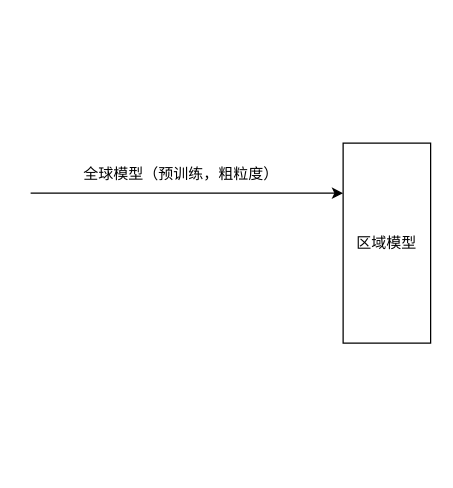
Earlier version of the draw.io diagram 气象预测模型架构图.drawio (HALF111/Research_figures). Source tidied: cells renumbered, new cells numbered last; positions are measured from the earlier drawing's top-left corner, leaving out a move shared by most shapes. Both pictures are drawn from the tidied source at 125%, with x=0, y=0 at pixel (30, 142).
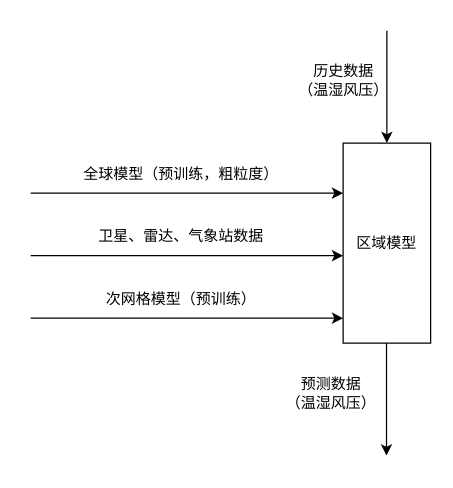
The same diagram, later.

Commit message (it also covers changes not shown here):
更新气象预测模型架构图.drawio

The edit, as a diff of the source:
```diff
@@
 <mxGraphModel>
   <root>
     <mxCell id="0" />
     <mxCell id="1" parent="0" />
     <mxCell id="2" value="区域模型" style="rounded=0;whiteSpace=wrap;html=1;" parent="1" vertex="1">
       <mxGeometry x="250" width="70" height="160" as="geometry" />
     </mxCell>
     <mxCell id="3" style="endArrow=classic;html=1;rounded=0;entryX=0;entryY=0.25;entryDx=0;entryDy=0;" parent="1" edge="1" target="2">
       <mxGeometry relative="1" as="geometry">
         <mxPoint y="40" as="sourcePoint" />
       </mxGeometry>
     </mxCell>
     <mxCell id="4" value="全球模型（预训练，粗粒度）" style="text;html=1;align=center;verticalAlign=middle;strokeColor=none;fillColor=none;" parent="1" vertex="1">
       <mxGeometry x="30" y="10" width="180" height="30" as="geometry" />
     </mxCell>
+    <mxCell id="5" style="endArrow=classic;html=1;rounded=0;entryX=0;entryY=0.25;entryDx=0;entryDy=0;" parent="1" edge="1">
+      <mxGeometry relative="1" as="geometry">
+        <mxPoint y="90" as="sourcePoint" />
+        <mxPoint x="250" y="90" as="targetPoint" />
+      </mxGeometry>
+    </mxCell>
+    <mxCell id="6" value="卫星、雷达、气象站数据" style="text;html=1;align=center;verticalAlign=middle;strokeColor=none;fillColor=none;" parent="1" vertex="1">
+      <mxGeometry x="40" y="60" width="160" height="30" as="geometry" />
+    </mxCell>
+    <mxCell id="7" style="endArrow=classic;html=1;rounded=0;entryX=0;entryY=0.25;entryDx=0;entryDy=0;" parent="1" edge="1">
+      <mxGeometry relative="1" as="geometry">
+        <mxPoint y="140" as="sourcePoint" />
+        <mxPoint x="250" y="140" as="targetPoint" />
+      </mxGeometry>
+    </mxCell>
+    <mxCell id="8" value="次网格模型（预训练）" style="text;html=1;align=center;verticalAlign=middle;strokeColor=none;fillColor=none;" parent="1" vertex="1">
+      <mxGeometry x="50" y="110" width="140" height="30" as="geometry" />
+    </mxCell>
+    <mxCell id="9" style="endArrow=classic;html=1;rounded=0;entryX=0.5;entryY=0;entryDx=0;entryDy=0;" parent="1" edge="1" target="2">
+      <mxGeometry relative="1" as="geometry">
+        <mxPoint x="285" y="-90" as="sourcePoint" />
+      </mxGeometry>
+    </mxCell>
+    <mxCell id="10" value="历史数据&lt;div&gt;（温湿风压）&lt;/div&gt;" style="text;html=1;align=center;verticalAlign=middle;strokeColor=none;fillColor=none;" parent="1" vertex="1">
+      <mxGeometry x="200" y="-70" width="100" height="40" as="geometry" />
+    </mxCell>
+    <mxCell id="11" value="预测数据&lt;div&gt;（温湿风压）&lt;/div&gt;" style="text;html=1;align=center;verticalAlign=middle;strokeColor=none;fillColor=none;" parent="1" vertex="1">
+      <mxGeometry x="190" y="180" width="100" height="40" as="geometry" />
+    </mxCell>
+    <mxCell id="12" style="endArrow=classic;html=1;rounded=0;entryX=0.5;entryY=0;entryDx=0;entryDy=0;" parent="1" edge="1">
+      <mxGeometry relative="1" as="geometry">
+        <mxPoint x="284.7" y="160" as="sourcePoint" />
+        <mxPoint x="284.7" y="250" as="targetPoint" />
+      </mxGeometry>
+    </mxCell>
   </root>
 </mxGraphModel>
```
